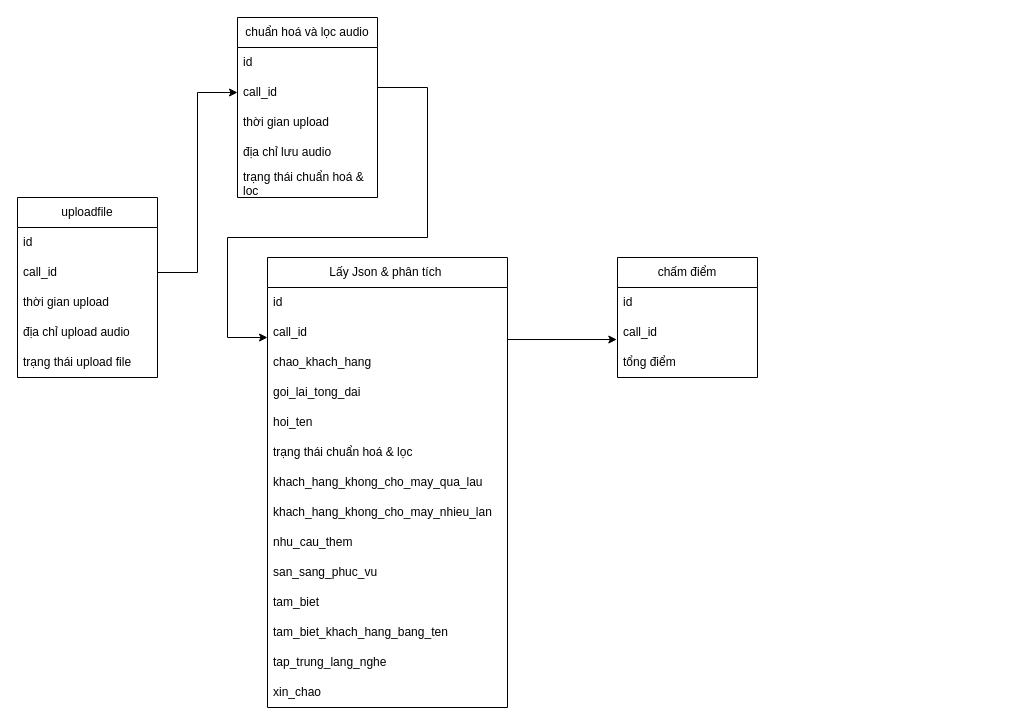
vuongnd03/black-had keeps this draw.io diagram as csdlthuctap.drawio. Above is the earlier version. Source tidied: cells renumbered, new cells numbered last; positions are measured from the earlier drawing's top-left corner, leaving out a move shared by most shapes. Both pictures are drawn from the tidied source at 100%, with x=0, y=0 at pixel (17, 17).
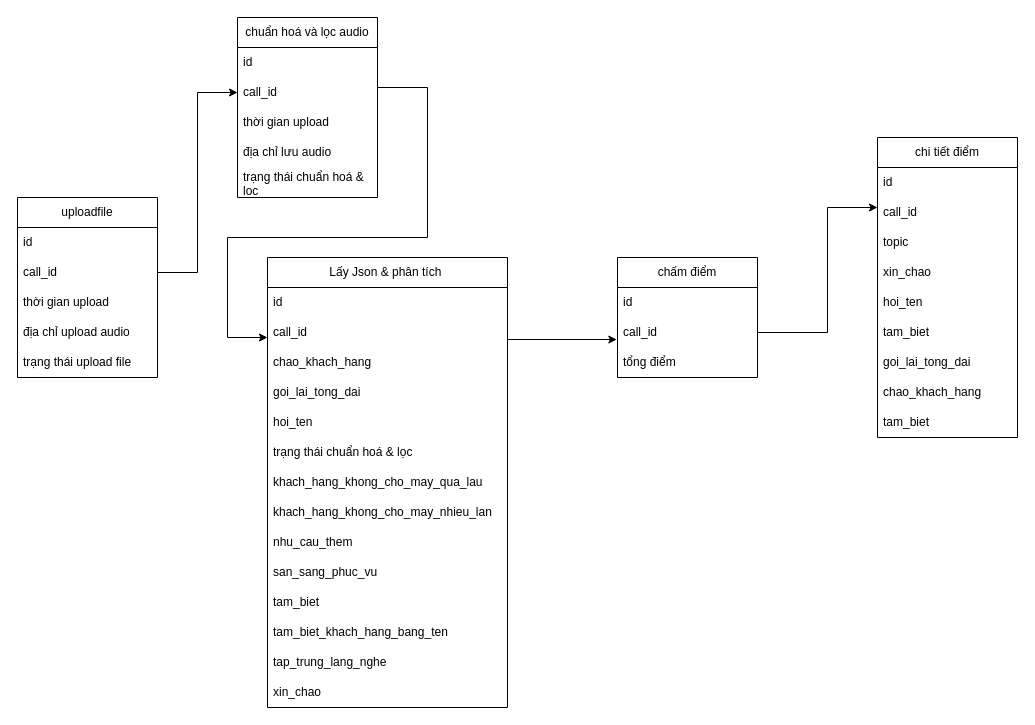
Above is the later version.

Unchanged cells that the change refers to:
```xml
<mxCell id="33" value="call_id" style="text;strokeColor=none;fillColor=none;align=left;verticalAlign=middle;spacingLeft=4;spacingRight=4;overflow=hidden;points=[[0,0.5],[1,0.5]];portConstraint=eastwest;whiteSpace=wrap;html=1;" parent="31" vertex="1">
  <mxGeometry y="60" width="140" height="30" as="geometry" />
</mxCell>
```

What changed in the source:
```diff
@@
+    <mxCell id="36" value="chi tiết điểm" style="swimlane;fontStyle=0;horizontal=1;startSize=30;whiteSpace=wrap;html=1;" parent="1" vertex="1">
+      <mxGeometry x="860" y="120" width="140" height="300" as="geometry" />
+    </mxCell>
+    <mxCell id="37" value="id" style="text;strokeColor=none;fillColor=none;align=left;verticalAlign=middle;spacingLeft=4;spacingRight=4;overflow=hidden;whiteSpace=wrap;html=1;" parent="36" vertex="1">
+      <mxGeometry y="30" width="140" height="30" as="geometry" />
+    </mxCell>
+    <mxCell id="38" value="call_id" style="text;strokeColor=none;fillColor=none;align=left;verticalAlign=middle;spacingLeft=4;spacingRight=4;overflow=hidden;whiteSpace=wrap;html=1;" parent="36" vertex="1">
+      <mxGeometry y="60" width="140" height="30" as="geometry" />
+    </mxCell>
+    <mxCell id="39" value="topic" style="text;strokeColor=none;fillColor=none;align=left;verticalAlign=middle;spacingLeft=4;spacingRight=4;overflow=hidden;whiteSpace=wrap;html=1;" parent="36" vertex="1">
+      <mxGeometry y="90" width="140" height="30" as="geometry" />
+    </mxCell>
+    <mxCell id="40" value="xin_chao" style="text;strokeColor=none;fillColor=none;align=left;verticalAlign=middle;spacingLeft=4;spacingRight=4;overflow=hidden;whiteSpace=wrap;html=1;" parent="36" vertex="1">
+      <mxGeometry y="120" width="140" height="30" as="geometry" />
+    </mxCell>
+    <mxCell id="41" value="hoi_ten" style="text;strokeColor=none;fillColor=none;align=left;verticalAlign=middle;spacingLeft=4;spacingRight=4;overflow=hidden;whiteSpace=wrap;html=1;" parent="36" vertex="1">
+      <mxGeometry y="150" width="140" height="30" as="geometry" />
+    </mxCell>
+    <mxCell id="42" value="tam_biet" style="text;strokeColor=none;fillColor=none;align=left;verticalAlign=middle;spacingLeft=4;spacingRight=4;overflow=hidden;whiteSpace=wrap;html=1;" parent="36" vertex="1">
+      <mxGeometry y="180" width="140" height="30" as="geometry" />
+    </mxCell>
+    <mxCell id="43" value="goi_lai_tong_dai" style="text;strokeColor=none;fillColor=none;align=left;verticalAlign=middle;spacingLeft=4;spacingRight=4;overflow=hidden;whiteSpace=wrap;html=1;" parent="36" vertex="1">
+      <mxGeometry y="210" width="140" height="30" as="geometry" />
+    </mxCell>
+    <mxCell id="44" value="chao_khach_hang" style="text;strokeColor=none;fillColor=none;align=left;verticalAlign=middle;spacingLeft=4;spacingRight=4;overflow=hidden;whiteSpace=wrap;html=1;" parent="36" vertex="1">
+      <mxGeometry y="240" width="140" height="30" as="geometry" />
+    </mxCell>
+    <mxCell id="45" value="tam_biet" style="text;strokeColor=none;fillColor=none;align=left;verticalAlign=middle;spacingLeft=4;spacingRight=4;overflow=hidden;whiteSpace=wrap;html=1;" parent="36" vertex="1">
+      <mxGeometry y="270" width="140" height="30" as="geometry" />
+    </mxCell>
+    <mxCell id="46" style="endArrow=classic;html=1;rounded=0;exitX=1;exitY=0.5;exitDx=0;exitDy=0;" parent="1" edge="1" source="33">
+      <mxGeometry relative="1" as="geometry">
+        <mxPoint x="860" y="190" as="targetPoint" />
+        <Array as="points">
+          <mxPoint x="810" y="315" />
+          <mxPoint x="810" y="190" />
+        </Array>
+      </mxGeometry>
+    </mxCell>
```
